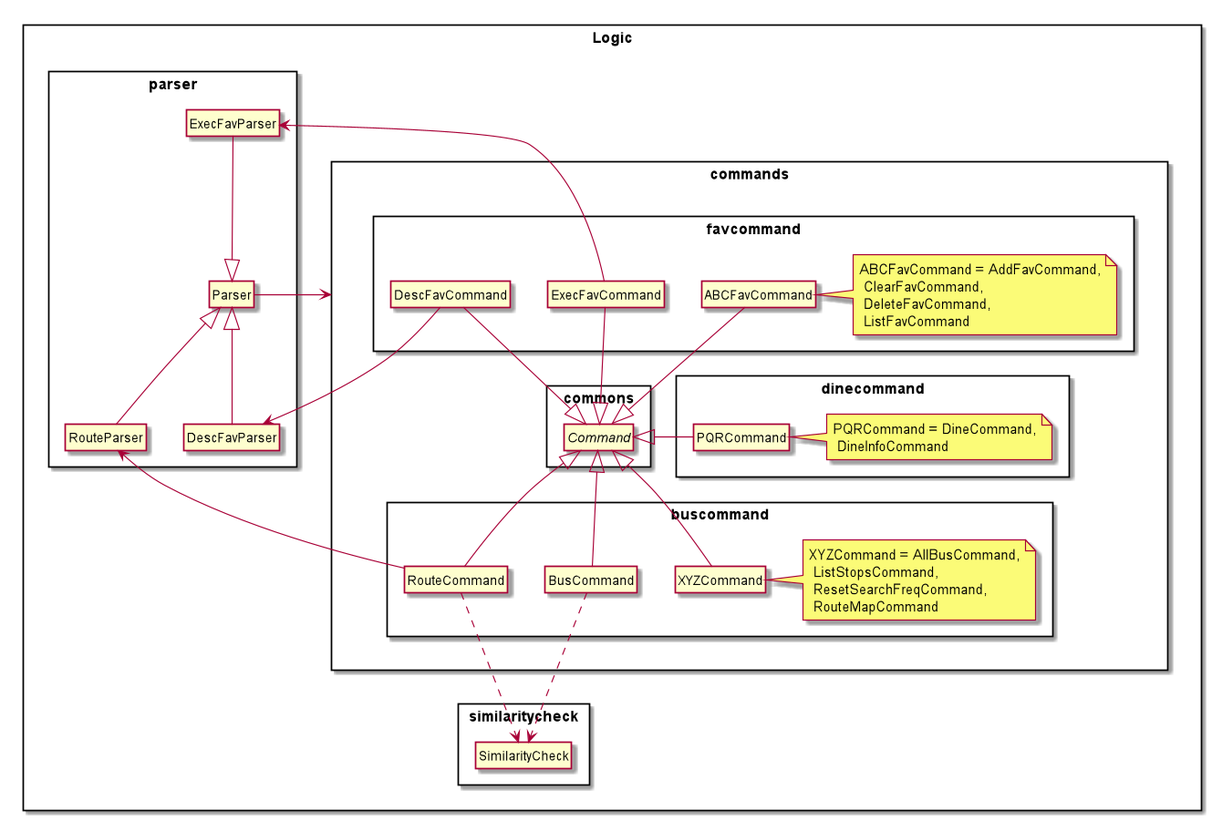
nus-cs2113-AY2021S1/tp keeps this PlantUML diagram as docs/DG_Diagrams/LogicComponent.png. Above is the earlier version.
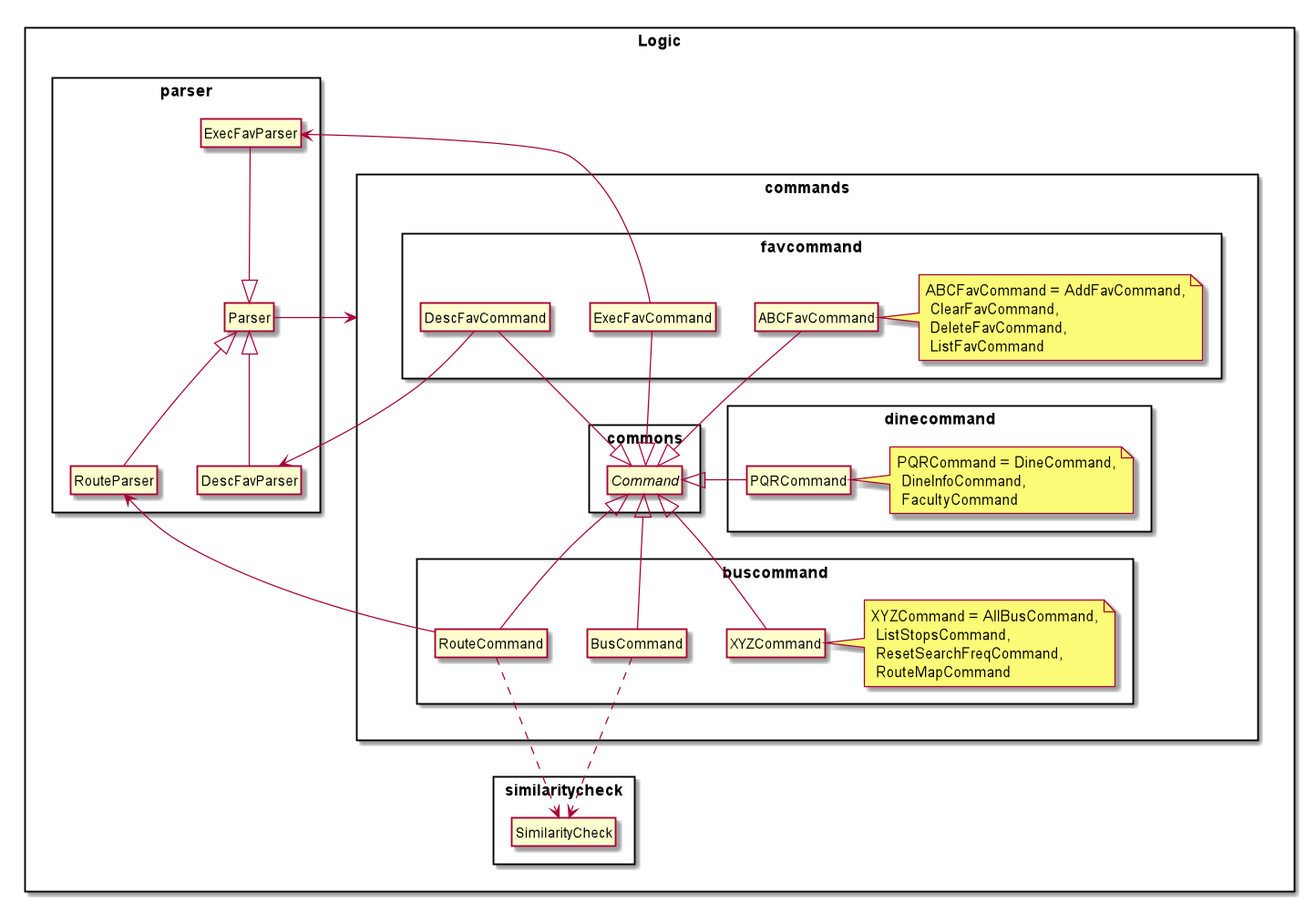
After the change.

Commit message:
Update logic component

What changed in the source:
```diff
@@ -17,7 +17,7 @@
 }
 Rectangle dinecommand {
 Command <|-left PQRCommand
-note right: PQRCommand = DineCommand,\n DineInfoCommand
+note right: PQRCommand = DineCommand,\n DineInfoCommand,\n FacultyCommand
 }
 Rectangle favcommand {
 Command <|--up DescFavCommand
```
